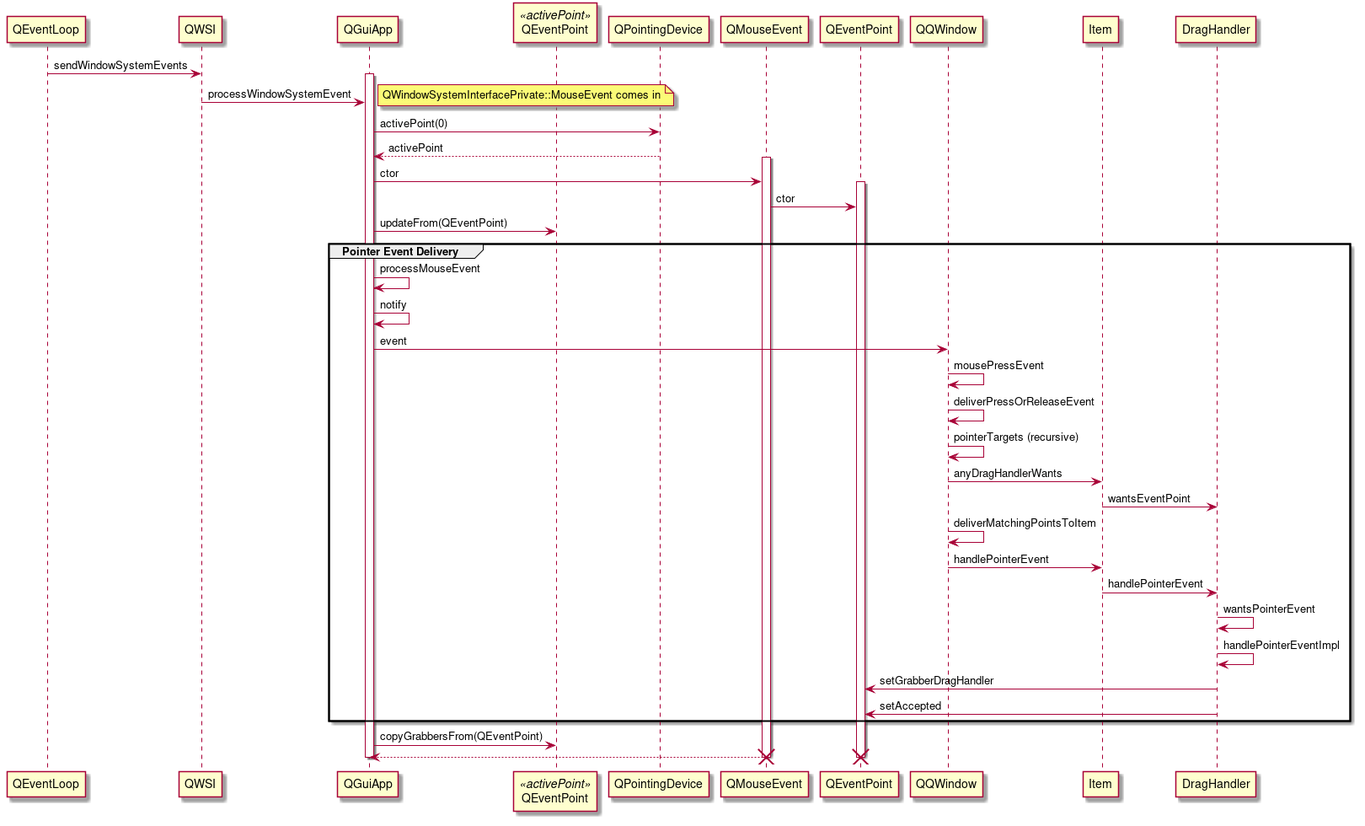
Earlier version of the PlantUML export presentation/resources/qt6-handler-delivery-seq.png (ec1oud/qt-presentations). The source it was exported from:
```plantuml
@startuml
QEventLoop -> QWSI : sendWindowSystemEvents
activate QGuiApp
QWSI -> QGuiApp : processWindowSystemEvent
note right: QWindowSystemInterfacePrivate::MouseEvent comes in
participant "QEventPoint" as activePoint << activePoint >>
QGuiApp -> QPointingDevice : activePoint(0)
QPointingDevice --> QGuiApp : activePoint
activate QMouseEvent
QGuiApp -> QMouseEvent : ctor
activate QEventPoint
QMouseEvent -> QEventPoint : ctor
QGuiApp -> activePoint : updateFrom(QEventPoint)
group Pointer Event Delivery
QGuiApp -> QGuiApp : processMouseEvent
QGuiApp -> QGuiApp : notify
QGuiApp -> QQWindow : event
QQWindow -> QQWindow : mousePressEvent
QQWindow -> QQWindow : deliverPressOrReleaseEvent
QQWindow -> QQWindow : pointerTargets (recursive)
QQWindow -> Item : anyDragHandlerWants
Item -> DragHandler : wantsEventPoint
QQWindow -> QQWindow : deliverMatchingPointsToItem
QQWindow -> Item : handlePointerEvent
Item -> DragHandler : handlePointerEvent
DragHandler -> DragHandler : wantsPointerEvent
DragHandler -> DragHandler : handlePointerEventImpl
DragHandler -> QEventPoint : setGrabberDragHandler
DragHandler -> QEventPoint : setAccepted
end
QGuiApp -> activePoint : copyGrabbersFrom(QEventPoint)
return
deactivate QGuiApp
destroy QMouseEvent
destroy QEventPoint
@enduml
```
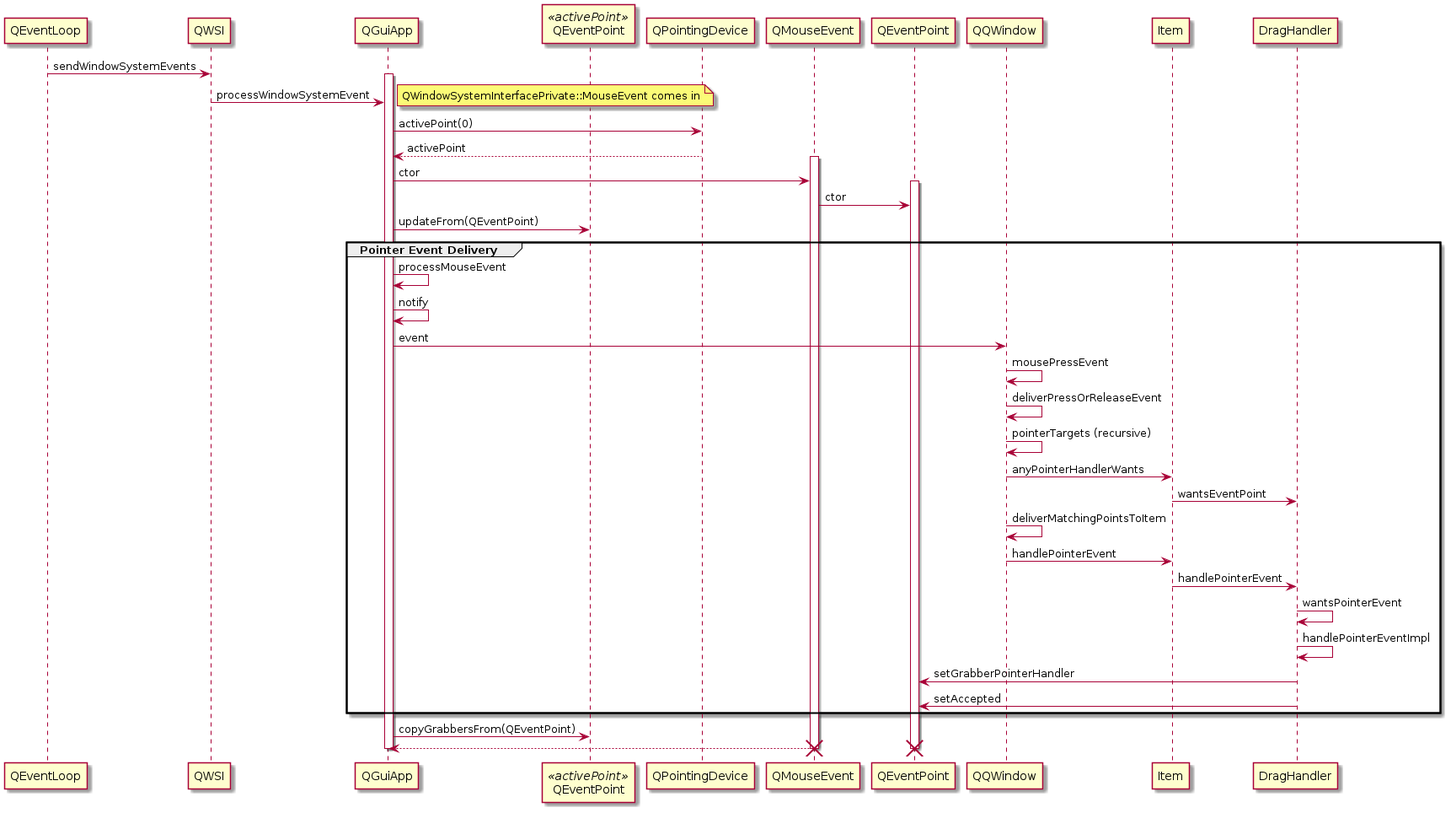
After the commit.

Commit message:
Corrections: generic PointerHandler functions not DragHandler functions

What changed in the source:
```diff
@@ -18,14 +18,14 @@
 QQWindow -> QQWindow : mousePressEvent
 QQWindow -> QQWindow : deliverPressOrReleaseEvent
 QQWindow -> QQWindow : pointerTargets (recursive)
-QQWindow -> Item : anyDragHandlerWants
+QQWindow -> Item : anyPointerHandlerWants
 Item -> DragHandler : wantsEventPoint
 QQWindow -> QQWindow : deliverMatchingPointsToItem
 QQWindow -> Item : handlePointerEvent
 Item -> DragHandler : handlePointerEvent
 DragHandler -> DragHandler : wantsPointerEvent
 DragHandler -> DragHandler : handlePointerEventImpl
-DragHandler -> QEventPoint : setGrabberDragHandler
+DragHandler -> QEventPoint : setGrabberPointerHandler
 DragHandler -> QEventPoint : setAccepted
 end
 QGuiApp -> activePoint : copyGrabbersFrom(QEventPoint)
```
